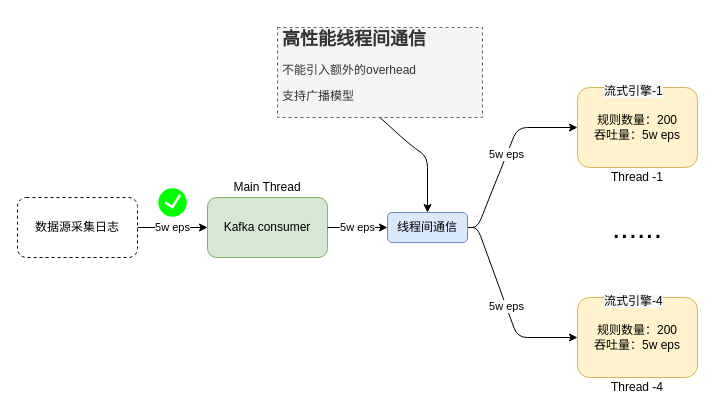
popvlovs/popvlovs-repository keeps this draw.io diagram as promotion-graph-2.drawio. Above is the earlier version. Source tidied: cells renumbered, new cells numbered last; positions are measured from the earlier drawing's top-left corner, leaving out a move shared by most shapes. Both pictures are drawn from the tidied source at 100%, with x=0, y=0 at pixel (17, 27).
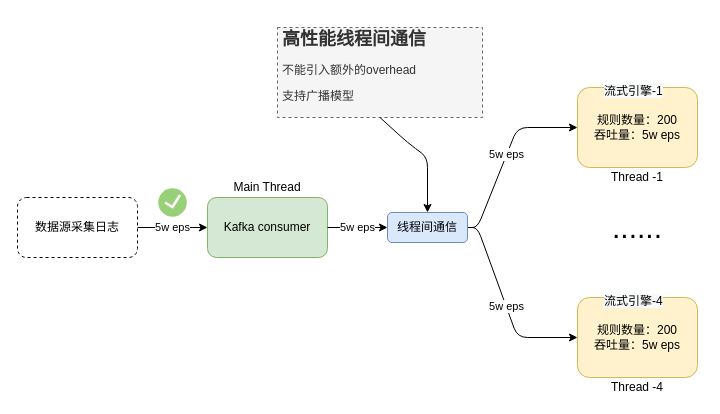
Above is the later version.

Change to the diagram source:
```diff
@@
-    <mxCell id="19" style="verticalLabelPosition=bottom;verticalAlign=top;html=1;shadow=0;dashed=0;strokeWidth=1;shape=mxgraph.ios.iCheckIcon;fillColor2=#00FF00;strokeColor=#ffffff;fillColor=#00FF00;" parent="1" vertex="1">
+    <mxCell id="19" style="verticalLabelPosition=bottom;verticalAlign=top;html=1;shadow=0;dashed=0;strokeWidth=1;shape=mxgraph.ios.iCheckIcon;fillColor2=#97D077;strokeColor=#ffffff;fillColor=#97D077;" parent="1" vertex="1">
       <mxGeometry x="140" y="160" width="30" height="30" as="geometry" />
     </mxCell>
```
